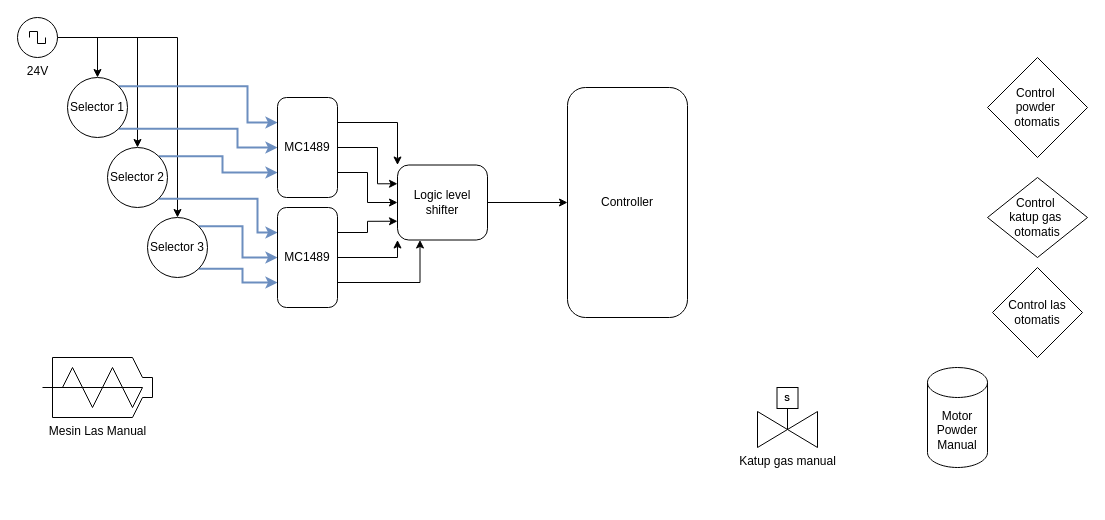
Before: Modul kontrol mensin las.drawio in ilhamdestyo/draw.io, a draw.io diagram. Source tidied: cells renumbered, new cells numbered last; positions are measured from the earlier drawing's top-left corner, leaving out a move shared by most shapes. Both pictures are drawn from the tidied source at 100%, with x=0, y=0 at pixel (17, 17).
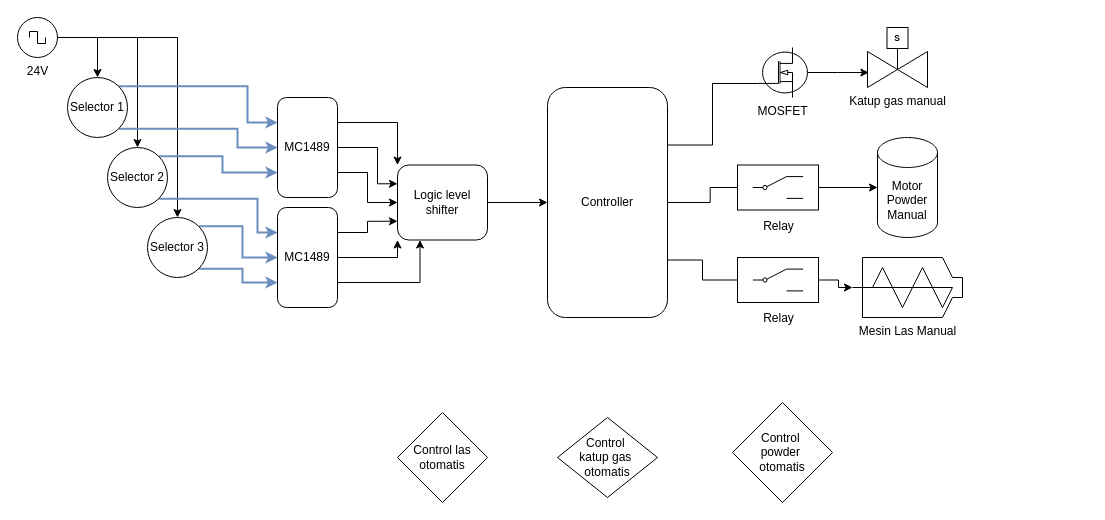
The same page after the edit.

Diff of the diagram source:
```diff
@@
+    <mxCell id="36" style="edgeStyle=orthogonalEdgeStyle;rounded=0;jettySize=auto;html=1;" parent="1" edge="1" source="2" target="43">
+      <mxGeometry relative="1" as="geometry" />
+    </mxCell>
+    <mxCell id="37" style="edgeStyle=orthogonalEdgeStyle;rounded=0;jettySize=auto;html=1;exitX=1;exitY=0.75;exitDx=0;exitDy=0;entryX=0;entryY=0.5;entryDx=0;entryDy=0;endArrow=none;endFill=0;" parent="1" edge="1" source="2" target="46">
+      <mxGeometry relative="1" as="geometry" />
+    </mxCell>
     <mxCell id="2" value="&lt;div&gt;Controller&lt;/div&gt;" style="rounded=1;whiteSpace=wrap;html=1;" parent="1" vertex="1">
-      <mxGeometry x="550" y="70" width="120" height="230" as="geometry" />
+      <mxGeometry x="530" y="70" width="120" height="230" as="geometry" />
     </mxCell>
     <mxCell id="3" value="Motor Powder Manual" style="shape=cylinder3;whiteSpace=wrap;html=1;boundedLbl=1;backgroundOutline=1;size=15;" parent="1" vertex="1">
-      <mxGeometry x="910" y="350" width="60" height="100" as="geometry" />
+      <mxGeometry x="860" y="120" width="60" height="100" as="geometry" />
     </mxCell>
     <mxCell id="4" value="&lt;div&gt;Control&amp;nbsp;&lt;/div&gt;&lt;div&gt;powder&amp;nbsp;&lt;/div&gt;&lt;div&gt;otomatis&lt;/div&gt;" style="rhombus;whiteSpace=wrap;html=1;" parent="1" vertex="1">
-      <mxGeometry x="970" y="40" width="100" height="100" as="geometry" />
+      <mxGeometry x="715" y="385" width="100" height="100" as="geometry" />
     </mxCell>
     <mxCell id="5" value="&lt;div&gt;Control&amp;nbsp;&lt;/div&gt;&lt;div&gt;katup gas&amp;nbsp;&lt;/div&gt;&lt;div&gt;otomatis&lt;/div&gt;" style="rhombus;whiteSpace=wrap;html=1;" parent="1" vertex="1">
-      <mxGeometry x="970" y="160" width="100" height="80" as="geometry" />
+      <mxGeometry x="540" y="400" width="100" height="80" as="geometry" />
     </mxCell>
     <mxCell id="6" value="&lt;div&gt;Control las&lt;/div&gt;&lt;div&gt;otomatis&lt;/div&gt;" style="rhombus;whiteSpace=wrap;html=1;" parent="1" vertex="1">
-      <mxGeometry x="975" y="250" width="90" height="90" as="geometry" />
+      <mxGeometry x="380" y="395" width="90" height="90" as="geometry" />
     </mxCell>
     <mxCell id="7" value="Mesin Las Manual" style="shape=mxgraph.pid.shaping_machines.extruder_(screw);html=1;align=center;verticalLabelPosition=bottom;verticalAlign=top;dashed=0;" parent="1" vertex="1">
-      <mxGeometry x="25" y="340" width="110" height="60" as="geometry" />
+      <mxGeometry x="835" y="240" width="110" height="60" as="geometry" />
     </mxCell>
@@
     <mxCell id="12" value="&lt;div&gt;Katup gas manual&lt;/div&gt;" style="verticalLabelPosition=bottom;align=center;html=1;verticalAlign=top;dashed=0;shape=mxgraph.pid2valves.valve;valveType=gate;actuator=solenoid;" parent="1" vertex="1">
-      <mxGeometry x="740" y="370" width="60" height="60" as="geometry" />
+      <mxGeometry x="850" y="10" width="60" height="60" as="geometry" />
     </mxCell>
@@
+    <mxCell id="38" value="&lt;div&gt;MOSFET&lt;/div&gt;" style="verticalLabelPosition=bottom;shadow=0;dashed=0;align=center;html=1;verticalAlign=top;shape=mxgraph.electrical.mosfets1.n-channel_mosfet_1;" parent="1" vertex="1">
+      <mxGeometry x="740" y="30" width="50" height="50" as="geometry" />
+    </mxCell>
+    <mxCell id="39" style="edgeStyle=orthogonalEdgeStyle;rounded=0;jettySize=auto;html=1;exitX=1;exitY=0.25;exitDx=0;exitDy=0;entryX=0;entryY=0.72;entryDx=0;entryDy=0;entryPerimeter=0;endArrow=none;endFill=0;" parent="1" edge="1" source="2" target="38">
+      <mxGeometry relative="1" as="geometry" />
+    </mxCell>
+    <mxCell id="40" style="edgeStyle=orthogonalEdgeStyle;rounded=0;jettySize=auto;html=1;entryX=0.023;entryY=0.751;entryDx=0;entryDy=0;entryPerimeter=0;" parent="1" edge="1" source="38" target="12">
+      <mxGeometry relative="1" as="geometry" />
+    </mxCell>
+    <mxCell id="41" style="group;" parent="1" vertex="1">
+      <mxGeometry x="720" y="147.5" width="81" height="45" as="geometry" />
+    </mxCell>
+    <mxCell id="42" style="rounded=0;whiteSpace=wrap;html=1;" parent="41" vertex="1">
+      <mxGeometry width="81" height="45" as="geometry" />
+    </mxCell>
+    <mxCell id="43" value="&lt;div&gt;&lt;br&gt;&lt;/div&gt;&lt;div&gt;Relay&lt;/div&gt;" style="verticalLabelPosition=bottom;shadow=0;dashed=0;align=center;html=1;verticalAlign=top;shape=mxgraph.electrical.electro-mechanical.twoWayContact2;elSwitchState=1;" parent="41" vertex="1">
+      <mxGeometry x="15.4" y="11.6" width="50.2" height="21.8" as="geometry" />
+    </mxCell>
+    <mxCell id="44" style="edgeStyle=orthogonalEdgeStyle;rounded=0;jettySize=auto;html=1;" parent="1" edge="1" source="42" target="3">
+      <mxGeometry relative="1" as="geometry" />
+    </mxCell>
+    <mxCell id="45" style="group;" parent="1" vertex="1">
+      <mxGeometry x="720" y="240" width="81" height="45" as="geometry" />
+    </mxCell>
+    <mxCell id="46" style="rounded=0;whiteSpace=wrap;html=1;" parent="45" vertex="1">
+      <mxGeometry width="81" height="45" as="geometry" />
+    </mxCell>
+    <mxCell id="47" value="&lt;div&gt;&lt;br&gt;&lt;/div&gt;&lt;div&gt;Relay&lt;/div&gt;" style="verticalLabelPosition=bottom;shadow=0;dashed=0;align=center;html=1;verticalAlign=top;shape=mxgraph.electrical.electro-mechanical.twoWayContact2;elSwitchState=1;" parent="45" vertex="1">
+      <mxGeometry x="15.4" y="11.6" width="50.2" height="21.8" as="geometry" />
+    </mxCell>
+    <mxCell id="48" style="edgeStyle=orthogonalEdgeStyle;rounded=0;jettySize=auto;html=1;" parent="1" edge="1" source="46" target="7">
+      <mxGeometry relative="1" as="geometry" />
+    </mxCell>
```
